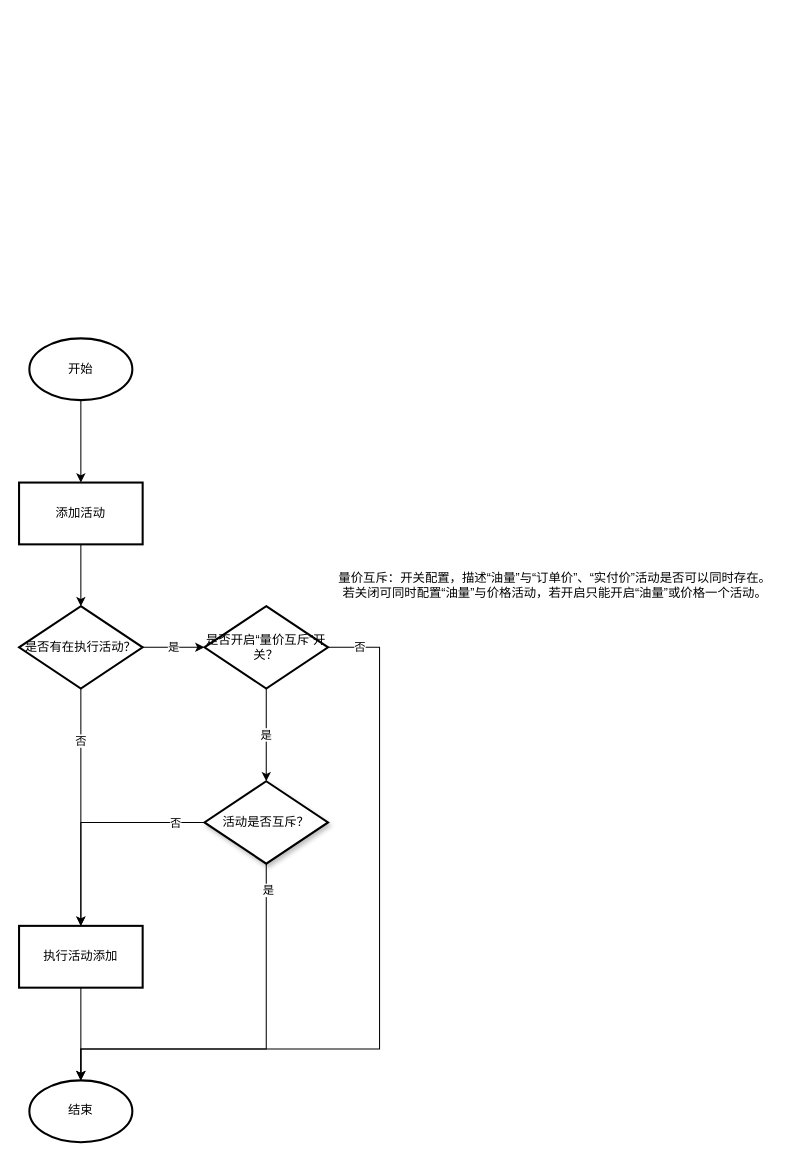
This is page "阶梯营销活动" (2 of 3) of 富能吧.drawio from charminghiker/inventory, a draw.io file, before an edit. Source tidied: cells renumbered, new cells numbered last; positions are measured from the earlier drawing's top-left corner, leaving out a move shared by most shapes. Both pictures are drawn from the tidied source at 103%, with x=0, y=0 at pixel (19, 338).
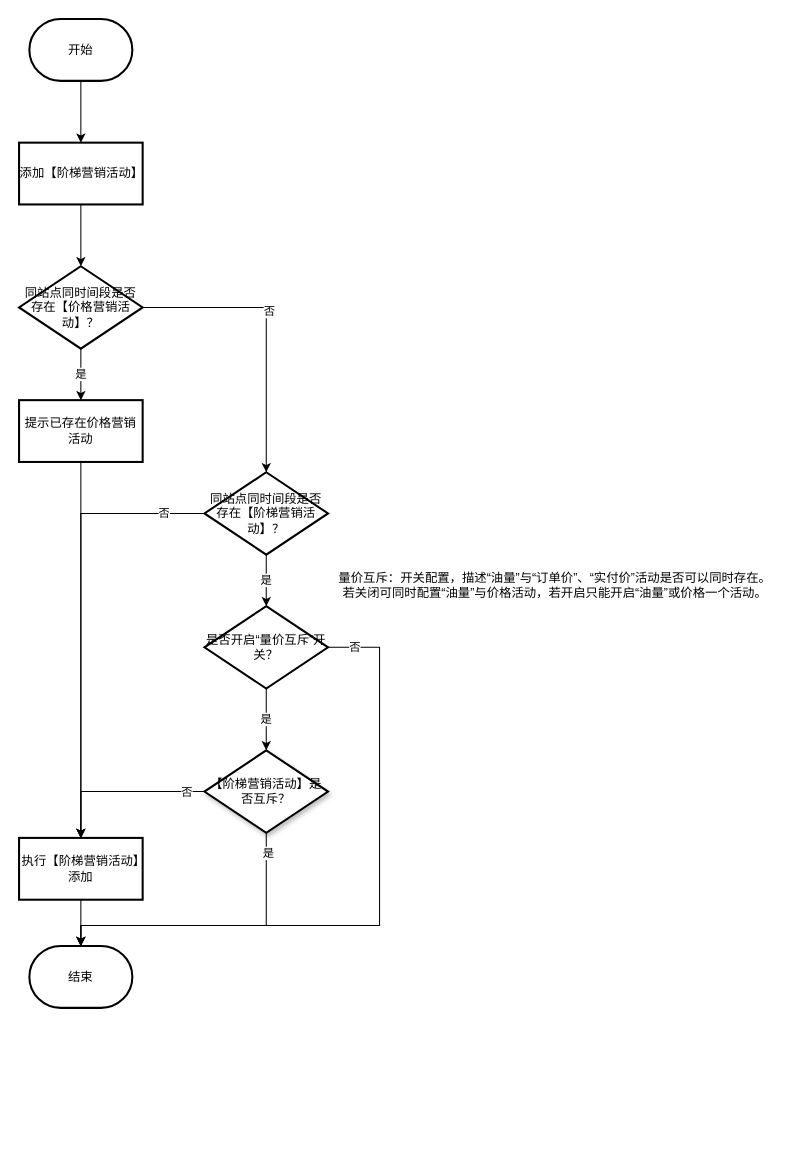
The same page after the edit.

The change refers to these unchanged cells:
```xml
<mxCell id="20" value="是否开启“量价互斥”开关？" style="rhombus;whiteSpace=wrap;html=1;strokeWidth=2;" parent="1" vertex="1">
  <mxGeometry x="180" y="260" width="120" height="80" as="geometry" />
</mxCell>
```

What changed in the source:
```diff
@@
-    <mxCell id="2" style="edgeStyle=orthogonalEdgeStyle;rounded=0;jettySize=auto;html=1;" parent="1" edge="1" source="3" target="5">
+    <mxCell id="2" style="edgeStyle=orthogonalEdgeStyle;rounded=0;jettySize=auto;html=1;exitX=0.5;exitY=1;exitDx=0;exitDy=0;exitPerimeter=0;" parent="1" edge="1" source="3" target="5">
       <mxGeometry relative="1" as="geometry" />
     </mxCell>
-    <mxCell id="3" value="开始" style="strokeWidth=2;html=1;shape=mxgraph.flowchart.start_1;whiteSpace=wrap;" parent="1" vertex="1">
-      <mxGeometry x="10" width="100" height="60" as="geometry" />
-    </mxCell>
-    <mxCell id="4" style="edgeStyle=orthogonalEdgeStyle;rounded=0;jettySize=auto;html=1;" parent="1" edge="1" source="5" target="8">
-      <mxGeometry relative="1" as="geometry" />
-    </mxCell>
+    <mxCell id="21" style="edgeStyle=orthogonalEdgeStyle;rounded=0;jettySize=auto;html=1;" parent="1" edge="1" source="5" target="25">
+      <mxGeometry relative="1" as="geometry" />
+    </mxCell>
-    <mxCell id="5" value="添加活动" style="whiteSpace=wrap;html=1;strokeWidth=2;" parent="1" vertex="1">
-      <mxGeometry y="140" width="120" height="60" as="geometry" />
+    <mxCell id="5" value="添加【阶梯营销活动】" style="whiteSpace=wrap;html=1;strokeWidth=2;" parent="1" vertex="1">
+      <mxGeometry y="-190" width="120" height="60" as="geometry" />
     </mxCell>
     <mxCell id="6" value="否" style="edgeStyle=orthogonalEdgeStyle;rounded=0;jettySize=auto;html=1;" parent="1" edge="1" source="8" target="16">
-      <mxGeometry x="-0.56" relative="1" as="geometry" />
+      <mxGeometry x="-0.82" relative="1" as="geometry" />
     </mxCell>
@@
-    <mxCell id="8" value="是否有在执行活动？" style="rhombus;whiteSpace=wrap;html=1;strokeWidth=2;" parent="1" vertex="1">
-      <mxGeometry y="260" width="120" height="80" as="geometry" />
+    <mxCell id="8" value="同站点同时间段是否存在【阶梯营销活动】？" style="rhombus;whiteSpace=wrap;html=1;strokeWidth=2;" parent="1" vertex="1">
+      <mxGeometry x="180" y="130" width="120" height="80" as="geometry" />
     </mxCell>
-    <mxCell id="9" style="edgeStyle=orthogonalEdgeStyle;rounded=0;jettySize=auto;html=1;entryX=0.5;entryY=0;entryDx=0;entryDy=0;" parent="1" edge="1" source="13" target="16">
+    <mxCell id="9" style="edgeStyle=orthogonalEdgeStyle;rounded=0;jettySize=auto;html=1;entryX=0.5;entryY=0;entryDx=0;entryDy=0;exitX=0;exitY=0.5;exitDx=0;exitDy=0;" parent="1" edge="1" source="13" target="16">
       <mxGeometry relative="1" as="geometry">
         <Array as="points">
-          <mxPoint x="60" y="470" />
+          <mxPoint x="60" y="440" />
         </Array>
       </mxGeometry>
     </mxCell>
@@
     <mxCell id="11" style="edgeStyle=orthogonalEdgeStyle;rounded=0;jettySize=auto;html=1;entryX=0.5;entryY=0;entryDx=0;entryDy=0;entryPerimeter=0;" parent="1" edge="1" source="13" target="14">
       <mxGeometry relative="1" as="geometry">
         <Array as="points">
-          <mxPoint x="240" y="690" />
-          <mxPoint x="60" y="690" />
+          <mxPoint x="240" y="570" />
+          <mxPoint x="60" y="570" />
         </Array>
       </mxGeometry>
     </mxCell>
@@
-    <mxCell id="13" value="活动是否互斥？" style="rhombus;whiteSpace=wrap;html=1;strokeWidth=2;shadow=1;" parent="1" vertex="1">
-      <mxGeometry x="180" y="430" width="120" height="80" as="geometry" />
+    <mxCell id="13" value="【阶梯营销活动】是否互斥？" style="rhombus;whiteSpace=wrap;html=1;strokeWidth=2;shadow=1;" parent="1" vertex="1">
+      <mxGeometry x="180" y="400" width="120" height="80" as="geometry" />
     </mxCell>
-    <mxCell id="14" value="结束" style="strokeWidth=2;html=1;shape=mxgraph.flowchart.start_1;whiteSpace=wrap;" parent="1" vertex="1">
-      <mxGeometry x="10" y="720.4" width="100" height="60" as="geometry" />
-    </mxCell>
-    <mxCell id="15" style="edgeStyle=orthogonalEdgeStyle;rounded=0;jettySize=auto;html=1;" parent="1" edge="1" source="16" target="14">
+    <mxCell id="15" style="edgeStyle=orthogonalEdgeStyle;rounded=0;jettySize=auto;html=1;entryX=0.5;entryY=0;entryDx=0;entryDy=0;entryPerimeter=0;" parent="1" edge="1" source="16" target="14">
       <mxGeometry relative="1" as="geometry" />
     </mxCell>
-    <mxCell id="16" value="执行活动添加" style="whiteSpace=wrap;html=1;strokeWidth=2;" parent="1" vertex="1">
-      <mxGeometry y="570.4" width="120" height="60" as="geometry" />
+    <mxCell id="16" value="执行【阶梯营销活动】添加" style="whiteSpace=wrap;html=1;strokeWidth=2;" parent="1" vertex="1">
+      <mxGeometry y="485" width="120" height="60" as="geometry" />
     </mxCell>
@@
     <mxCell id="19" value="否" style="edgeStyle=orthogonalEdgeStyle;rounded=0;jettySize=auto;html=1;entryX=0.5;entryY=0;entryDx=0;entryDy=0;entryPerimeter=0;" parent="1" edge="1" source="20" target="14">
       <mxGeometry x="-0.92" relative="1" as="geometry">
         <Array as="points">
           <mxPoint x="350" y="300" />
-          <mxPoint x="350" y="690" />
-          <mxPoint x="60" y="690" />
+          <mxPoint x="350" y="570" />
+          <mxPoint x="60" y="570" />
         </Array>
         <mxPoint x="1" as="offset" />
       </mxGeometry>
     </mxCell>
@@
+    <mxCell id="3" value="开始" style="strokeWidth=2;html=1;shape=mxgraph.flowchart.terminator;whiteSpace=wrap;" parent="1" vertex="1">
+      <mxGeometry x="10" y="-310" width="100" height="60" as="geometry" />
+    </mxCell>
+    <mxCell id="14" value="结束" style="strokeWidth=2;html=1;shape=mxgraph.flowchart.terminator;whiteSpace=wrap;" parent="1" vertex="1">
+      <mxGeometry x="10" y="590" width="100" height="60" as="geometry" />
+    </mxCell>
+    <mxCell id="22" style="edgeStyle=orthogonalEdgeStyle;rounded=0;jettySize=auto;html=1;entryX=0.5;entryY=0;entryDx=0;entryDy=0;" parent="1" edge="1" source="25" target="8">
+      <mxGeometry relative="1" as="geometry" />
+    </mxCell>
+    <mxCell id="23" value="否" style="edgeLabel;html=1;align=center;verticalAlign=middle;" parent="22" vertex="1">
+      <mxGeometry x="-0.12" y="2" relative="1" as="geometry" />
+    </mxCell>
+    <mxCell id="24" value="是" style="edgeStyle=orthogonalEdgeStyle;rounded=0;jettySize=auto;html=1;" parent="1" edge="1" source="25" target="27">
+      <mxGeometry relative="1" as="geometry" />
+    </mxCell>
+    <mxCell id="25" value="同站点同时间段是否存在【价格营销活动】？" style="rhombus;whiteSpace=wrap;html=1;strokeWidth=2;" parent="1" vertex="1">
+      <mxGeometry y="-70" width="120" height="80" as="geometry" />
+    </mxCell>
+    <mxCell id="26" style="edgeStyle=orthogonalEdgeStyle;rounded=0;jettySize=auto;html=1;entryX=0.5;entryY=0;entryDx=0;entryDy=0;" parent="1" edge="1" source="27" target="16">
+      <mxGeometry relative="1" as="geometry" />
+    </mxCell>
+    <mxCell id="27" value="提示已存在价格营销活动" style="whiteSpace=wrap;html=1;strokeWidth=2;" parent="1" vertex="1">
+      <mxGeometry y="60" width="120" height="60" as="geometry" />
+    </mxCell>
```
